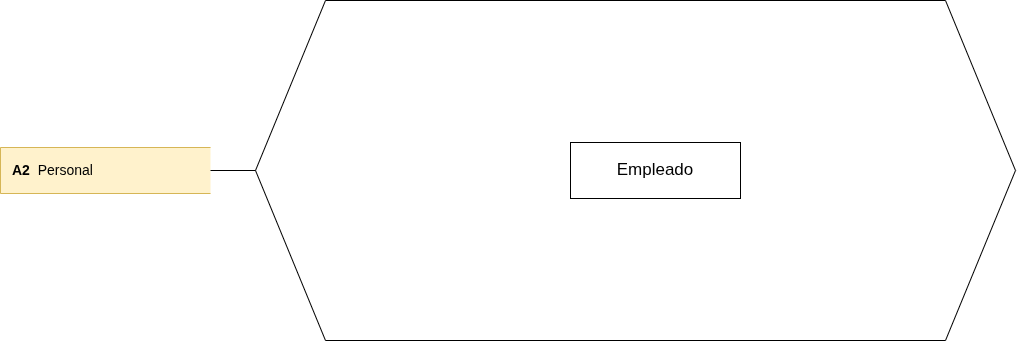
This is diagramas_sistema_documentacion /esquemas_externos/ee_almacen_A2_personal.png from adriivarela06/P2_DDSI, a draw.io export, as it was before one commit. Source tidied: cells renumbered, new cells last; positions are measured from the earlier drawing's top-left corner, leaving out a move shared by most shapes.
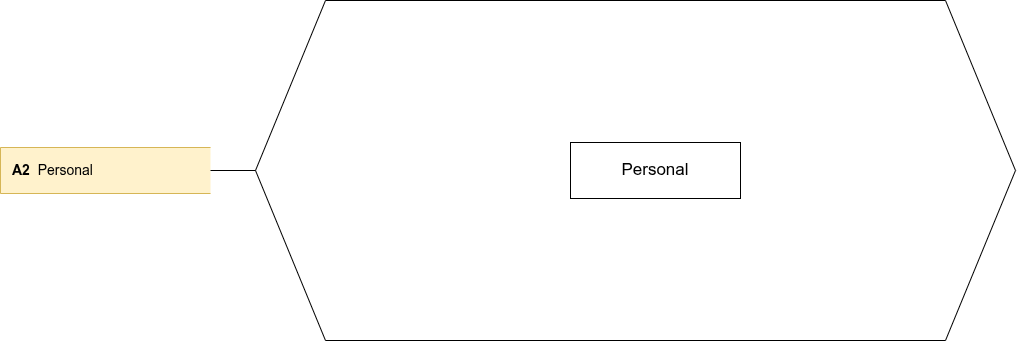
After the change.

Commit message:
Empleados->Personal

Diff of the diagram source:
```diff
@@ -11,7 +11,7 @@
     <mxCell id="4" style="endArrow=none;html=1;exitX=1;exitY=0.5;entryX=0;entryY=0.5;" parent="1" edge="1" source="3" target="2">
       <mxGeometry relative="1" as="geometry" />
     </mxCell>
-    <mxCell id="5" value="Empleado" style="rounded=0;whiteSpace=wrap;html=1;fontSize=17;" parent="1" vertex="1">
+    <mxCell id="5" value="Personal" style="rounded=0;whiteSpace=wrap;html=1;fontSize=17;" parent="1" vertex="1">
       <mxGeometry x="570" y="142" width="170" height="56" as="geometry" />
     </mxCell>
   </root>
```
